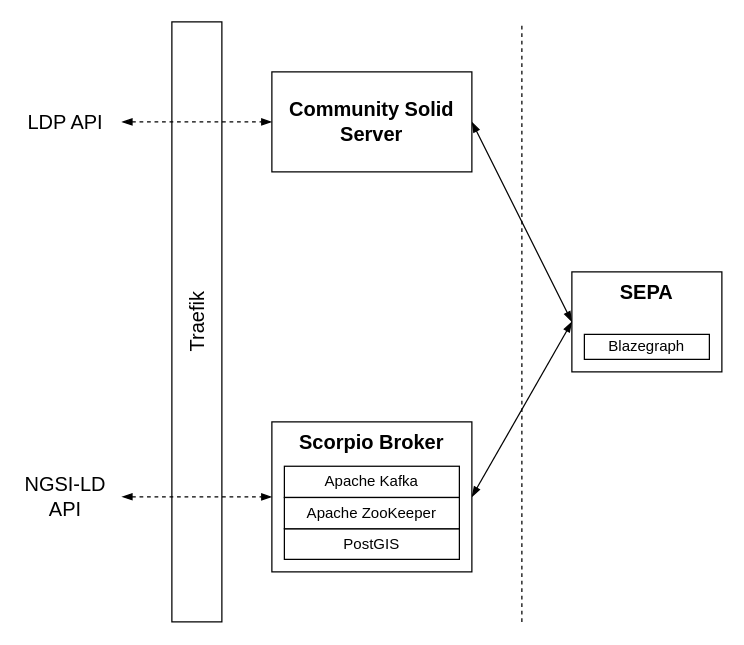
Before: reports/imgs/dasi-breaker-architecture.drawio in vaimee/dasi-breaker, a draw.io diagram. Source tidied: cells renumbered, new cells numbered last; positions are measured from the earlier drawing's top-left corner, leaving out a move shared by most shapes. Both pictures are drawn from the tidied source at 125%, with x=0, y=0 at pixel (21, 21).
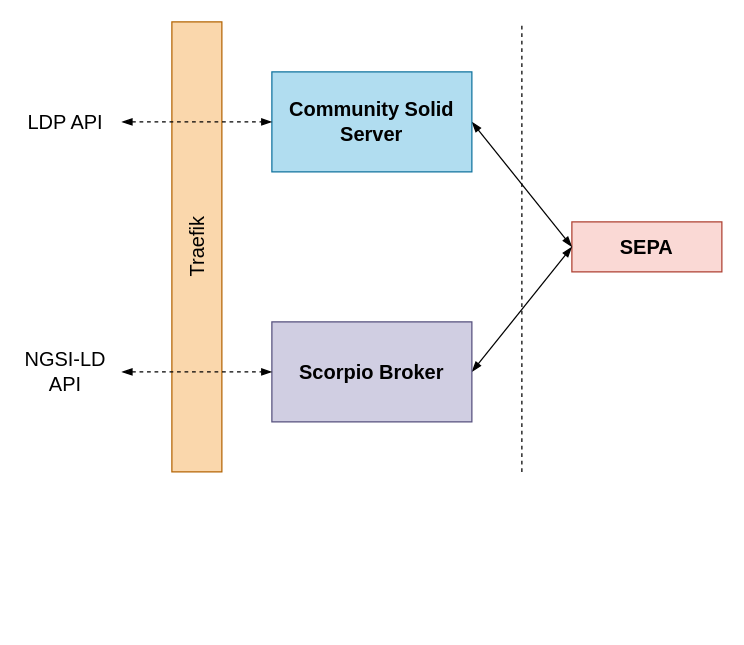
Above is the later version.

Change to the diagram source:
```diff
@@
 <mxGraphModel>
   <root>
     <mxCell id="0" />
     <mxCell id="1" parent="0" />
-    <mxCell id="2" value="SEPA" style="rounded=0;whiteSpace=wrap;html=1;fontSize=16;fontStyle=1;verticalAlign=top;" parent="1" vertex="1">
-      <mxGeometry x="440" y="200" width="120" height="80" as="geometry" />
+    <mxCell id="2" value="SEPA" style="rounded=0;whiteSpace=wrap;html=1;fontSize=16;fontStyle=1;verticalAlign=middle;fillColor=#fad9d5;strokeColor=#ae4132;" parent="1" vertex="1">
+      <mxGeometry x="440" y="160" width="120" height="40" as="geometry" />
     </mxCell>
     <mxCell id="3" style="edgeStyle=none;rounded=0;jettySize=auto;html=1;entryX=0;entryY=0.5;entryDx=0;entryDy=0;endArrow=blockThin;endFill=1;startArrow=blockThin;startFill=1;exitX=1;exitY=0.5;exitDx=0;exitDy=0;" parent="1" edge="1" source="4" target="2">
       <mxGeometry relative="1" as="geometry" />
     </mxCell>
-    <mxCell id="4" value="Community Solid Server" style="rounded=0;whiteSpace=wrap;html=1;fontSize=16;fontStyle=1;" parent="1" vertex="1">
+    <mxCell id="4" value="Community Solid Server" style="rounded=0;whiteSpace=wrap;html=1;fontSize=16;fontStyle=1;fillColor=#b1ddf0;strokeColor=#10739e;" parent="1" vertex="1">
       <mxGeometry x="200" y="40" width="160" height="80" as="geometry" />
     </mxCell>
     <mxCell id="5" style="edgeStyle=none;rounded=0;jettySize=auto;html=1;entryX=0;entryY=0.5;entryDx=0;entryDy=0;startArrow=blockThin;startFill=1;endArrow=blockThin;endFill=1;exitX=1;exitY=0.5;exitDx=0;exitDy=0;" parent="1" edge="1" source="6" target="2">
       <mxGeometry relative="1" as="geometry" />
     </mxCell>
-    <mxCell id="6" value="Scorpio Broker" style="rounded=0;whiteSpace=wrap;html=1;fontSize=16;verticalAlign=top;fontStyle=1;" parent="1" vertex="1">
-      <mxGeometry x="200" y="320" width="160" height="120" as="geometry" />
+    <mxCell id="6" value="Scorpio Broker" style="rounded=0;whiteSpace=wrap;html=1;fontSize=16;verticalAlign=middle;fontStyle=1;fillColor=#d0cee2;strokeColor=#56517e;" parent="1" vertex="1">
+      <mxGeometry x="200" y="240" width="160" height="80" as="geometry" />
     </mxCell>
     <mxCell id="7" style="endArrow=none;html=1;dashed=1;" parent="1" edge="1">
       <mxGeometry relative="1" as="geometry">
-        <mxPoint x="400" y="480" as="sourcePoint" />
+        <mxPoint x="400" y="360" as="sourcePoint" />
         <mxPoint x="400" as="targetPoint" />
       </mxGeometry>
     </mxCell>
     <mxCell id="8" value="LDP API" style="text;html=1;strokeColor=none;fillColor=none;align=center;verticalAlign=middle;whiteSpace=wrap;rounded=0;fontSize=16;" parent="1" vertex="1">
       <mxGeometry y="60" width="70" height="40" as="geometry" />
     </mxCell>
     <mxCell id="9" value="NGSI-LD&lt;br&gt;API" style="text;html=1;strokeColor=none;fillColor=none;align=center;verticalAlign=middle;whiteSpace=wrap;rounded=0;fontSize=16;" parent="1" vertex="1">
-      <mxGeometry y="360" width="70" height="40" as="geometry" />
+      <mxGeometry y="260" width="70" height="40" as="geometry" />
     </mxCell>
-    <mxCell id="10" value="Traefik" style="rounded=0;whiteSpace=wrap;html=1;horizontal=0;fontSize=16;" parent="1" vertex="1">
-      <mxGeometry x="120" width="40" height="480" as="geometry" />
+    <mxCell id="10" value="Traefik" style="rounded=0;whiteSpace=wrap;html=1;horizontal=0;fontSize=16;fillColor=#fad7ac;strokeColor=#b46504;" parent="1" vertex="1">
+      <mxGeometry x="120" width="40" height="360" as="geometry" />
     </mxCell>
     <mxCell id="11" style="edgeStyle=none;rounded=0;jettySize=auto;html=1;startArrow=blockThin;startFill=1;endArrow=blockThin;endFill=1;entryX=0;entryY=0.5;entryDx=0;entryDy=0;dashed=1;" parent="1" edge="1" target="6">
       <mxGeometry relative="1" as="geometry">
-        <mxPoint x="80" y="379.9" as="sourcePoint" />
+        <mxPoint x="80" y="280" as="sourcePoint" />
       </mxGeometry>
     </mxCell>
-    <mxCell id="12" value="Apache Kafka" style="rounded=0;whiteSpace=wrap;html=1;fontSize=12;verticalAlign=middle;" parent="1" vertex="1">
-      <mxGeometry x="210" y="355.5" width="140" height="25" as="geometry" />
-    </mxCell>
-    <mxCell id="13" value="PostGIS" style="whiteSpace=wrap;html=1;fontSize=12;verticalAlign=middle;" parent="1" vertex="1">
-      <mxGeometry x="210" y="405.5" width="140" height="24.5" as="geometry" />
-    </mxCell>
-    <mxCell id="14" value="Apache ZooKeeper" style="rounded=0;whiteSpace=wrap;html=1;fontSize=12;verticalAlign=middle;" parent="1" vertex="1">
-      <mxGeometry x="210" y="380.5" width="140" height="25" as="geometry" />
-    </mxCell>
     <mxCell id="15" style="edgeStyle=none;rounded=0;jettySize=auto;html=1;startArrow=blockThin;startFill=1;endArrow=blockThin;endFill=1;entryX=0;entryY=0.5;entryDx=0;entryDy=0;dashed=1;" parent="1" edge="1" target="4">
       <mxGeometry relative="1" as="geometry">
         <mxPoint x="80" y="80" as="sourcePoint" />
       </mxGeometry>
     </mxCell>
-    <mxCell id="16" value="Blazegraph" style="rounded=0;whiteSpace=wrap;html=1;fontSize=12;verticalAlign=middle;" parent="1" vertex="1">
-      <mxGeometry x="450" y="250" width="100" height="20" as="geometry" />
-    </mxCell>
   </root>
 </mxGraphModel>
```
